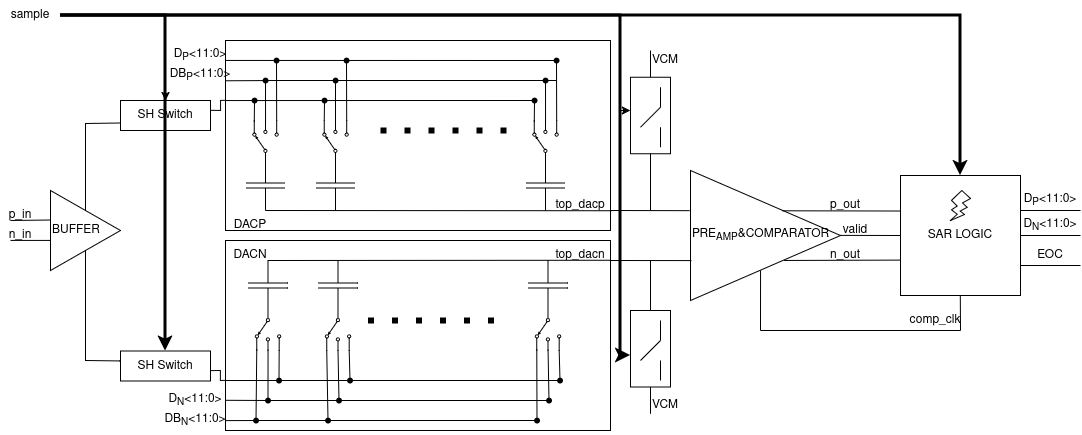
Above: thesis_latex/figures/cadence_implement/ADC/SARADC.drawio.png in mehmetgok1/MATLAB (draw.io), before the change. Source tidied: cells renumbered, new cells last; positions are measured from the earlier drawing's top-left corner, leaving out a move shared by most shapes.
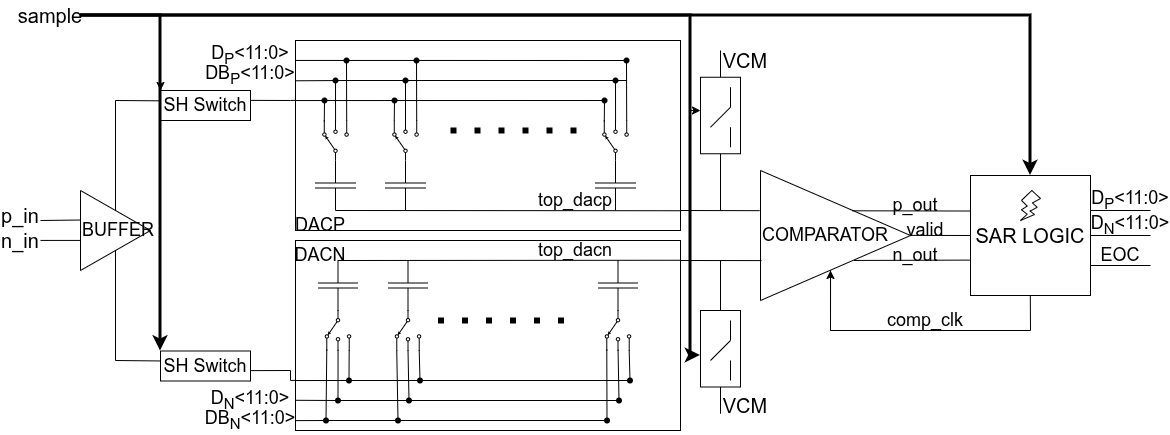
Later version of the same file.

Commit message:
analog implementation adc blocks drawn with drawio again instead of cadence ss

Diff of the diagram source:
```diff
@@ -120,7 +120,7 @@
     <mxCell id="35" style="endArrow=none;html=1;rounded=0;exitX=1;exitY=0.5;exitDx=0;exitDy=0;exitPerimeter=0;entryX=1.002;entryY=0.896;entryDx=0;entryDy=0;entryPerimeter=0;" parent="1" edge="1" source="4" target="3">
       <mxGeometry relative="1" as="geometry" />
     </mxCell>
-    <mxCell id="36" value="DACP" style="text;html=1;whiteSpace=wrap;strokeColor=none;fillColor=none;align=center;verticalAlign=middle;rounded=0;" parent="1" vertex="1">
+    <mxCell id="36" value="&lt;font style=&quot;font-size: 18px;&quot;&gt;DACP&lt;/font&gt;" style="text;html=1;whiteSpace=wrap;strokeColor=none;fillColor=none;align=center;verticalAlign=middle;rounded=0;" parent="1" vertex="1">
       <mxGeometry x="220.2" y="210" width="60" height="30" as="geometry" />
     </mxCell>
     <mxCell id="37" style="verticalLabelPosition=bottom;shadow=0;dashed=0;align=center;html=1;verticalAlign=top;shape=mxgraph.electrical.capacitors.capacitor_1;rotation=90;" parent="1" vertex="1">
@@ -221,7 +221,7 @@
     <mxCell id="64" style="endArrow=none;html=1;rounded=0;exitX=0;exitY=0.5;exitDx=0;exitDy=0;exitPerimeter=0;entryX=1;entryY=0.104;entryDx=0;entryDy=0;entryPerimeter=0;" parent="1" edge="1" source="37" target="2">
       <mxGeometry relative="1" as="geometry" />
     </mxCell>
-    <mxCell id="65" value="&lt;div&gt;DACN&lt;/div&gt;" style="text;html=1;whiteSpace=wrap;strokeColor=none;fillColor=none;align=center;verticalAlign=middle;rounded=0;" parent="1" vertex="1">
+    <mxCell id="65" value="&lt;div&gt;&lt;font style=&quot;font-size: 18px;&quot;&gt;DACN&lt;/font&gt;&lt;/div&gt;" style="text;html=1;whiteSpace=wrap;strokeColor=none;fillColor=none;align=center;verticalAlign=middle;rounded=0;" parent="1" vertex="1">
       <mxGeometry x="220.2" y="240" width="60" height="30" as="geometry" />
     </mxCell>
     <mxCell id="66" style="endArrow=none;html=1;rounded=0;exitX=0;exitY=0.948;exitDx=0;exitDy=0;exitPerimeter=0;" parent="1" edge="1" source="2" target="67">
@@ -248,57 +248,56 @@
     <mxCell id="73" style="shape=waypoint;sketch=0;fillStyle=solid;size=6;points=[];fillColor=none;perimeter=centerPerimeter;snapToPoint=1;perimeterSpacing=0;fontSize=9;" parent="1" vertex="1">
       <mxGeometry x="317.5" y="410" width="20" height="20" as="geometry" />
     </mxCell>
-    <mxCell id="74" value="top_dacp" style="text;html=1;whiteSpace=wrap;strokeColor=none;fillColor=none;align=center;verticalAlign=middle;rounded=0;" parent="1" vertex="1">
-      <mxGeometry x="549.5" y="190" width="60" height="30" as="geometry" />
+    <mxCell id="74" value="&lt;font style=&quot;font-size: 18px;&quot;&gt;top_dacp&lt;/font&gt;" style="text;html=1;whiteSpace=wrap;strokeColor=none;fillColor=none;align=center;verticalAlign=middle;rounded=0;" parent="1" vertex="1">
+      <mxGeometry x="474.8" y="185" width="60" height="30" as="geometry" />
     </mxCell>
-    <mxCell id="75" value="top_dacn" style="text;html=1;whiteSpace=wrap;strokeColor=none;fillColor=none;align=center;verticalAlign=middle;rounded=0;" parent="1" vertex="1">
-      <mxGeometry x="549.5" y="240" width="60" height="30" as="geometry" />
+    <mxCell id="75" value="&lt;font style=&quot;font-size: 18px;&quot;&gt;top_dacn&lt;/font&gt;" style="text;html=1;whiteSpace=wrap;strokeColor=none;fillColor=none;align=center;verticalAlign=middle;rounded=0;" parent="1" vertex="1">
+      <mxGeometry x="474.8" y="235" width="60" height="30" as="geometry" />
     </mxCell>
     <mxCell id="76" style="endArrow=none;html=1;rounded=0;exitX=1.002;exitY=0.329;exitDx=0;exitDy=0;exitPerimeter=0;" parent="1" edge="1" source="77">
       <mxGeometry relative="1" as="geometry">
         <mxPoint x="225" y="99.8" as="targetPoint" />
         <Array as="points">
-          <mxPoint x="220" y="110" />
           <mxPoint x="220" y="100" />
         </Array>
       </mxGeometry>
     </mxCell>
-    <mxCell id="77" value="SH Switch" style="rounded=0;whiteSpace=wrap;html=1;" parent="1" vertex="1">
-      <mxGeometry x="120" y="100" width="90" height="30" as="geometry" />
+    <mxCell id="77" value="&lt;font style=&quot;font-size: 18px;&quot;&gt;SH Switch&lt;/font&gt;" style="rounded=0;whiteSpace=wrap;html=1;" parent="1" vertex="1">
+      <mxGeometry x="90" y="90" width="90" height="30" as="geometry" />
     </mxCell>
-    <mxCell id="78" value="&lt;div align=&quot;left&quot;&gt;BUFFER&lt;/div&gt;" style="triangle;whiteSpace=wrap;html=1;align=left;" parent="1" vertex="1">
-      <mxGeometry x="50" y="190" width="70" height="80" as="geometry" />
+    <mxCell id="78" value="&lt;div align=&quot;left&quot;&gt;&lt;font style=&quot;font-size: 18px;&quot;&gt;BUFFER&lt;/font&gt;&lt;/div&gt;" style="triangle;whiteSpace=wrap;html=1;align=left;" parent="1" vertex="1">
+      <mxGeometry x="10" y="190" width="70" height="80" as="geometry" />
     </mxCell>
     <mxCell id="79" style="endArrow=none;html=1;rounded=0;entryX=-0.005;entryY=0.369;entryDx=0;entryDy=0;entryPerimeter=0;" parent="1" edge="1" target="78">
       <mxGeometry relative="1" as="geometry">
-        <mxPoint x="10" y="220" as="sourcePoint" />
+        <mxPoint x="-30" y="220" as="sourcePoint" />
       </mxGeometry>
     </mxCell>
-    <mxCell id="80" style="endArrow=none;html=1;rounded=0;exitX=0.5;exitY=0;exitDx=0;exitDy=0;entryX=0;entryY=0.75;entryDx=0;entryDy=0;" parent="1" edge="1" source="78" target="77">
+    <mxCell id="80" style="endArrow=none;html=1;rounded=0;exitX=0.5;exitY=0;exitDx=0;exitDy=0;entryX=-0.007;entryY=0.344;entryDx=0;entryDy=0;entryPerimeter=0;" parent="1" edge="1" source="78" target="77">
       <mxGeometry relative="1" as="geometry">
         <Array as="points">
-          <mxPoint x="85" y="123" />
+          <mxPoint x="45" y="100" />
         </Array>
       </mxGeometry>
     </mxCell>
     <mxCell id="81" style="endArrow=none;html=1;rounded=0;entryX=0.5;entryY=1;entryDx=0;entryDy=0;exitX=-0.006;exitY=0.332;exitDx=0;exitDy=0;exitPerimeter=0;" parent="1" edge="1" source="86" target="78">
       <mxGeometry relative="1" as="geometry">
         <Array as="points">
-          <mxPoint x="85" y="360" />
+          <mxPoint x="45" y="360" />
         </Array>
       </mxGeometry>
     </mxCell>
     <mxCell id="82" style="endArrow=none;html=1;rounded=0;entryX=-0.005;entryY=0.369;entryDx=0;entryDy=0;entryPerimeter=0;" parent="1" edge="1">
       <mxGeometry relative="1" as="geometry">
-        <mxPoint x="10" y="239.9" as="sourcePoint" />
-        <mxPoint x="50" y="239.9" as="targetPoint" />
+        <mxPoint x="-30" y="239.9" as="sourcePoint" />
+        <mxPoint x="10" y="239.9" as="targetPoint" />
       </mxGeometry>
     </mxCell>
-    <mxCell id="83" value="p_in" style="text;html=1;whiteSpace=wrap;strokeColor=none;fillColor=none;align=center;verticalAlign=middle;rounded=0;" parent="1" vertex="1">
-      <mxGeometry x="10" y="210" width="20" height="10" as="geometry" />
+    <mxCell id="83" value="&lt;font style=&quot;font-size: 20px;&quot;&gt;p_in&lt;/font&gt;" style="text;html=1;whiteSpace=wrap;strokeColor=none;fillColor=none;align=center;verticalAlign=middle;rounded=0;" parent="1" vertex="1">
+      <mxGeometry x="-70" y="205" width="40" height="20" as="geometry" />
     </mxCell>
-    <mxCell id="84" value="n_in" style="text;html=1;whiteSpace=wrap;strokeColor=none;fillColor=none;align=center;verticalAlign=middle;rounded=0;" parent="1" vertex="1">
-      <mxGeometry x="10" y="230" width="20" height="10" as="geometry" />
+    <mxCell id="84" value="&lt;font style=&quot;font-size: 20px;&quot;&gt;n_in&lt;/font&gt;" style="text;html=1;whiteSpace=wrap;strokeColor=none;fillColor=none;align=center;verticalAlign=middle;rounded=0;" parent="1" vertex="1">
+      <mxGeometry x="-60" y="235" width="20" height="10" as="geometry" />
     </mxCell>
     <mxCell id="85" style="endArrow=none;html=1;rounded=0;exitX=1.004;exitY=0.654;exitDx=0;exitDy=0;exitPerimeter=0;" parent="1" edge="1" source="86">
       <mxGeometry relative="1" as="geometry">
@@ -309,13 +308,13 @@
         </Array>
       </mxGeometry>
     </mxCell>
-    <mxCell id="86" value="SH Switch" style="rounded=0;whiteSpace=wrap;html=1;" parent="1" vertex="1">
-      <mxGeometry x="120" y="350.5" width="90" height="30" as="geometry" />
+    <mxCell id="86" value="&lt;font style=&quot;font-size: 18px;&quot;&gt;SH Switch&lt;/font&gt;" style="rounded=0;whiteSpace=wrap;html=1;" parent="1" vertex="1">
+      <mxGeometry x="90" y="350.5" width="90" height="30" as="geometry" />
     </mxCell>
-    <mxCell id="87" value="D&lt;sub&gt;N&lt;/sub&gt;&amp;lt;11:0&amp;gt;" style="text;html=1;whiteSpace=wrap;strokeColor=none;fillColor=none;align=center;verticalAlign=middle;rounded=0;" parent="1" vertex="1">
-      <mxGeometry x="165" y="385" width="60" height="30" as="geometry" />
+    <mxCell id="87" value="&lt;font style=&quot;font-size: 18px;&quot;&gt;D&lt;sub style=&quot;&quot;&gt;N&lt;/sub&gt;&amp;lt;11:0&amp;gt;&lt;/font&gt;" style="text;html=1;whiteSpace=wrap;strokeColor=none;fillColor=none;align=center;verticalAlign=middle;rounded=0;" parent="1" vertex="1">
+      <mxGeometry x="150" y="385" width="60" height="30" as="geometry" />
     </mxCell>
-    <mxCell id="88" value="PRE&lt;sub&gt;AMP&lt;/sub&gt;&amp;amp;COMPARATOR" style="triangle;whiteSpace=wrap;html=1;align=left;" parent="1" vertex="1">
+    <mxCell id="88" value="&lt;font style=&quot;font-size: 18px;&quot;&gt;COMPARATOR&lt;/font&gt;" style="triangle;whiteSpace=wrap;html=1;align=left;" parent="1" vertex="1">
       <mxGeometry x="690" y="170" width="150" height="130" as="geometry" />
     </mxCell>
     <mxCell id="89" style="endArrow=none;html=1;rounded=0;entryX=-0.006;entryY=0.309;entryDx=0;entryDy=0;entryPerimeter=0;" parent="1" edge="1" target="88">
@@ -339,26 +338,26 @@
         <mxPoint x="840" y="234.9" as="sourcePoint" />
       </mxGeometry>
     </mxCell>
-    <mxCell id="94" value="p_out" style="text;html=1;whiteSpace=wrap;strokeColor=none;fillColor=none;align=center;verticalAlign=middle;rounded=0;" parent="1" vertex="1">
+    <mxCell id="94" value="&lt;font style=&quot;font-size: 18px;&quot;&gt;p_out&lt;/font&gt;" style="text;html=1;whiteSpace=wrap;strokeColor=none;fillColor=none;align=center;verticalAlign=middle;rounded=0;" parent="1" vertex="1">
       <mxGeometry x="830" y="195" width="30" height="20" as="geometry" />
     </mxCell>
-    <mxCell id="95" value="n_out" style="text;html=1;whiteSpace=wrap;strokeColor=none;fillColor=none;align=center;verticalAlign=middle;rounded=0;" parent="1" vertex="1">
+    <mxCell id="95" value="&lt;font style=&quot;font-size: 18px;&quot;&gt;n_out&lt;/font&gt;" style="text;html=1;whiteSpace=wrap;strokeColor=none;fillColor=none;align=center;verticalAlign=middle;rounded=0;" parent="1" vertex="1">
       <mxGeometry x="830" y="245" width="30" height="20" as="geometry" />
     </mxCell>
-    <mxCell id="96" value="valid" style="text;html=1;whiteSpace=wrap;strokeColor=none;fillColor=none;align=center;verticalAlign=middle;rounded=0;" parent="1" vertex="1">
+    <mxCell id="96" value="&lt;font style=&quot;font-size: 18px;&quot;&gt;valid&lt;/font&gt;" style="text;html=1;whiteSpace=wrap;strokeColor=none;fillColor=none;align=center;verticalAlign=middle;rounded=0;" parent="1" vertex="1">
       <mxGeometry x="840" y="220" width="30" height="20" as="geometry" />
     </mxCell>
     <mxCell id="97" style="edgeStyle=orthogonalEdgeStyle;rounded=0;jettySize=auto;html=1;" parent="1" edge="1" source="102" target="77">
       <mxGeometry relative="1" as="geometry">
         <Array as="points">
-          <mxPoint x="165" y="15" />
+          <mxPoint x="90" y="15" />
         </Array>
       </mxGeometry>
     </mxCell>
     <mxCell id="98" style="edgeStyle=orthogonalEdgeStyle;rounded=0;jettySize=auto;html=1;exitX=1;exitY=0.5;exitDx=0;exitDy=0;strokeWidth=3;" parent="1" edge="1" source="102" target="86">
       <mxGeometry relative="1" as="geometry">
         <Array as="points">
-          <mxPoint x="165" y="15" />
+          <mxPoint x="90" y="15" />
         </Array>
       </mxGeometry>
     </mxCell>
@@ -383,16 +382,16 @@
     <mxCell id="101" style="edgeStyle=orthogonalEdgeStyle;rounded=0;jettySize=auto;html=1;strokeWidth=3;" parent="1" edge="1" source="102" target="107">
       <mxGeometry relative="1" as="geometry" />
     </mxCell>
-    <mxCell id="102" value="sample" style="text;html=1;whiteSpace=wrap;strokeColor=none;fillColor=none;align=center;verticalAlign=middle;rounded=0;" parent="1" vertex="1">
-      <mxGeometry width="60" height="30" as="geometry" />
+    <mxCell id="102" value="&lt;font style=&quot;font-size: 20px;&quot;&gt;sample&lt;/font&gt;" style="text;html=1;whiteSpace=wrap;strokeColor=none;fillColor=none;align=center;verticalAlign=middle;rounded=0;" parent="1" vertex="1">
+      <mxGeometry x="-50" width="60" height="30" as="geometry" />
     </mxCell>
     <mxCell id="103" style="endArrow=none;html=1;rounded=0;exitX=0;exitY=0.5;exitDx=0;exitDy=0;" parent="1" edge="1" source="122">
       <mxGeometry relative="1" as="geometry">
         <mxPoint x="650" y="50" as="targetPoint" />
       </mxGeometry>
     </mxCell>
-    <mxCell id="104" value="VCM" style="text;html=1;whiteSpace=wrap;strokeColor=none;fillColor=none;align=center;verticalAlign=middle;rounded=0;" parent="1" vertex="1">
-      <mxGeometry x="650" y="50" width="30" height="20" as="geometry" />
+    <mxCell id="104" value="&lt;font style=&quot;font-size: 20px;&quot;&gt;VCM&lt;/font&gt;" style="text;html=1;whiteSpace=wrap;strokeColor=none;fillColor=none;align=center;verticalAlign=middle;rounded=0;" parent="1" vertex="1">
+      <mxGeometry x="660" y="50" width="30" height="20" as="geometry" />
     </mxCell>
     <mxCell id="105" style="endArrow=none;html=1;rounded=0;entryX=1;entryY=0.5;entryDx=0;entryDy=0;" parent="1" edge="1">
       <mxGeometry relative="1" as="geometry">
@@ -406,20 +405,20 @@
         <mxPoint x="650" y="260" as="targetPoint" />
       </mxGeometry>
     </mxCell>
-    <mxCell id="107" value="SAR LOGIC" style="rounded=0;whiteSpace=wrap;html=1;" parent="1" vertex="1">
+    <mxCell id="107" value="&lt;font style=&quot;font-size: 20px;&quot;&gt;SAR LOGIC&lt;/font&gt;" style="rounded=0;whiteSpace=wrap;html=1;" parent="1" vertex="1">
       <mxGeometry x="900" y="175" width="120" height="120" as="geometry" />
     </mxCell>
     <mxCell id="108" style="verticalLabelPosition=bottom;verticalAlign=top;html=1;shape=mxgraph.basic.flash;" parent="1" vertex="1">
       <mxGeometry x="950" y="190" width="20" height="30" as="geometry" />
     </mxCell>
-    <mxCell id="109" value="DB&lt;sub&gt;N&lt;/sub&gt;&amp;lt;11:0&amp;gt;" style="text;html=1;whiteSpace=wrap;strokeColor=none;fillColor=none;align=center;verticalAlign=middle;rounded=0;" parent="1" vertex="1">
-      <mxGeometry x="165" y="405" width="60" height="30" as="geometry" />
+    <mxCell id="109" value="&lt;font style=&quot;font-size: 18px;&quot;&gt;DB&lt;sub&gt;N&lt;/sub&gt;&amp;lt;11:0&amp;gt;&lt;/font&gt;" style="text;html=1;whiteSpace=wrap;strokeColor=none;fillColor=none;align=center;verticalAlign=middle;rounded=0;" parent="1" vertex="1">
+      <mxGeometry x="150" y="405" width="60" height="30" as="geometry" />
     </mxCell>
-    <mxCell id="110" value="D&lt;sub&gt;P&lt;/sub&gt;&amp;lt;11:0&amp;gt;" style="text;html=1;whiteSpace=wrap;strokeColor=none;fillColor=none;align=center;verticalAlign=middle;rounded=0;" parent="1" vertex="1">
-      <mxGeometry x="170" y="40" width="60" height="30" as="geometry" />
+    <mxCell id="110" value="&lt;font style=&quot;font-size: 18px;&quot;&gt;D&lt;sub&gt;P&lt;/sub&gt;&amp;lt;11:0&amp;gt;&lt;/font&gt;" style="text;html=1;whiteSpace=wrap;strokeColor=none;fillColor=none;align=center;verticalAlign=middle;rounded=0;" parent="1" vertex="1">
+      <mxGeometry x="150" y="40" width="60" height="30" as="geometry" />
     </mxCell>
-    <mxCell id="111" value="DB&lt;sub&gt;P&lt;/sub&gt;&amp;lt;11:0&amp;gt;" style="text;html=1;whiteSpace=wrap;strokeColor=none;fillColor=none;align=center;verticalAlign=middle;rounded=0;" parent="1" vertex="1">
-      <mxGeometry x="170" y="60" width="60" height="30" as="geometry" />
+    <mxCell id="111" value="&lt;font style=&quot;font-size: 18px;&quot;&gt;DB&lt;sub&gt;P&lt;/sub&gt;&amp;lt;11:0&amp;gt;&lt;/font&gt;" style="text;html=1;whiteSpace=wrap;strokeColor=none;fillColor=none;align=center;verticalAlign=middle;rounded=0;" parent="1" vertex="1">
+      <mxGeometry x="150" y="60" width="60" height="30" as="geometry" />
     </mxCell>
     <mxCell id="112" style="endArrow=none;html=1;rounded=0;exitX=0.467;exitY=0.769;exitDx=0;exitDy=0;exitPerimeter=0;" parent="1" edge="1" source="88">
       <mxGeometry relative="1" as="geometry">
@@ -438,8 +437,8 @@
         <mxPoint x="960" y="330" as="targetPoint" />
       </mxGeometry>
     </mxCell>
-    <mxCell id="115" value="comp_clk" style="text;html=1;whiteSpace=wrap;strokeColor=none;fillColor=none;align=center;verticalAlign=middle;rounded=0;" parent="1" vertex="1">
-      <mxGeometry x="920" y="310" width="30" height="20" as="geometry" />
+    <mxCell id="115" value="&lt;font style=&quot;font-size: 18px;&quot;&gt;comp_clk&lt;/font&gt;" style="text;html=1;whiteSpace=wrap;strokeColor=none;fillColor=none;align=center;verticalAlign=middle;rounded=0;" parent="1" vertex="1">
+      <mxGeometry x="840" y="310" width="30" height="20" as="geometry" />
     </mxCell>
     <mxCell id="116" style="endArrow=none;html=1;rounded=0;exitX=0.623;exitY=0.692;exitDx=0;exitDy=0;exitPerimeter=0;" parent="1" edge="1">
       <mxGeometry relative="1" as="geometry">
@@ -447,8 +446,8 @@
         <mxPoint x="1080" y="210" as="targetPoint" />
       </mxGeometry>
     </mxCell>
-    <mxCell id="117" value="D&lt;sub&gt;P&lt;/sub&gt;&amp;lt;11:0&amp;gt;" style="text;html=1;whiteSpace=wrap;strokeColor=none;fillColor=none;align=center;verticalAlign=middle;rounded=0;" parent="1" vertex="1">
-      <mxGeometry x="1020" y="185" width="60" height="30" as="geometry" />
+    <mxCell id="117" value="&lt;font style=&quot;font-size: 18px;&quot;&gt;D&lt;sub&gt;P&lt;/sub&gt;&amp;lt;11:0&amp;gt;&lt;/font&gt;" style="text;html=1;whiteSpace=wrap;strokeColor=none;fillColor=none;align=center;verticalAlign=middle;rounded=0;" parent="1" vertex="1">
+      <mxGeometry x="1030" y="185" width="60" height="30" as="geometry" />
     </mxCell>
     <mxCell id="118" style="endArrow=none;html=1;rounded=0;exitX=0.623;exitY=0.692;exitDx=0;exitDy=0;exitPerimeter=0;" parent="1" edge="1">
       <mxGeometry relative="1" as="geometry">
@@ -456,8 +455,8 @@
         <mxPoint x="1080" y="235" as="targetPoint" />
       </mxGeometry>
     </mxCell>
-    <mxCell id="119" value="D&lt;sub&gt;N&lt;/sub&gt;&amp;lt;11:0&amp;gt;" style="text;html=1;whiteSpace=wrap;strokeColor=none;fillColor=none;align=center;verticalAlign=middle;rounded=0;" parent="1" vertex="1">
-      <mxGeometry x="1020" y="210" width="60" height="30" as="geometry" />
+    <mxCell id="119" value="&lt;font style=&quot;font-size: 18px;&quot;&gt;D&lt;sub&gt;N&lt;/sub&gt;&amp;lt;11:0&amp;gt;&lt;/font&gt;" style="text;html=1;whiteSpace=wrap;strokeColor=none;fillColor=none;align=center;verticalAlign=middle;rounded=0;" parent="1" vertex="1">
+      <mxGeometry x="1030" y="210" width="60" height="30" as="geometry" />
     </mxCell>
     <mxCell id="120" style="endArrow=none;html=1;rounded=0;exitX=0.623;exitY=0.692;exitDx=0;exitDy=0;exitPerimeter=0;" parent="1" edge="1">
       <mxGeometry relative="1" as="geometry">
@@ -465,7 +464,7 @@
         <mxPoint x="1080" y="265" as="targetPoint" />
       </mxGeometry>
     </mxCell>
-    <mxCell id="121" value="EOC" style="text;html=1;whiteSpace=wrap;strokeColor=none;fillColor=none;align=center;verticalAlign=middle;rounded=0;" parent="1" vertex="1">
+    <mxCell id="121" value="&lt;font style=&quot;font-size: 18px;&quot;&gt;EOC&lt;/font&gt;" style="text;html=1;whiteSpace=wrap;strokeColor=none;fillColor=none;align=center;verticalAlign=middle;rounded=0;" parent="1" vertex="1">
       <mxGeometry x="1020" y="240" width="60" height="30" as="geometry" />
     </mxCell>
     <mxCell id="122" style="rounded=0;whiteSpace=wrap;html=1;direction=south;" parent="1" vertex="1">
@@ -495,8 +494,8 @@
         <mxPoint x="650" y="386.5" as="targetPoint" />
       </mxGeometry>
     </mxCell>
-    <mxCell id="127" value="VCM" style="text;html=1;whiteSpace=wrap;strokeColor=none;fillColor=none;align=center;verticalAlign=middle;rounded=0;" parent="1" vertex="1">
-      <mxGeometry x="650" y="395" width="30" height="20" as="geometry" />
+    <mxCell id="127" value="&lt;font style=&quot;font-size: 20px;&quot;&gt;VCM&lt;/font&gt;" style="text;html=1;whiteSpace=wrap;strokeColor=none;fillColor=none;align=center;verticalAlign=middle;rounded=0;" parent="1" vertex="1">
+      <mxGeometry x="660" y="395" width="30" height="20" as="geometry" />
     </mxCell>
     <mxCell id="128" style="rounded=0;whiteSpace=wrap;html=1;direction=south;" parent="1" vertex="1">
       <mxGeometry x="630" y="310" width="40" height="76.5" as="geometry" />
@@ -519,5 +518,11 @@
         <mxPoint x="660" y="380" as="targetPoint" />
       </mxGeometry>
     </mxCell>
+    <mxCell id="132" style="endArrow=classic;html=1;rounded=0;" parent="1" edge="1">
+      <mxGeometry relative="1" as="geometry">
+        <mxPoint x="760" y="330" as="sourcePoint" />
+        <mxPoint x="760" y="270" as="targetPoint" />
+      </mxGeometry>
+    </mxCell>
   </root>
 </mxGraphModel>
```
